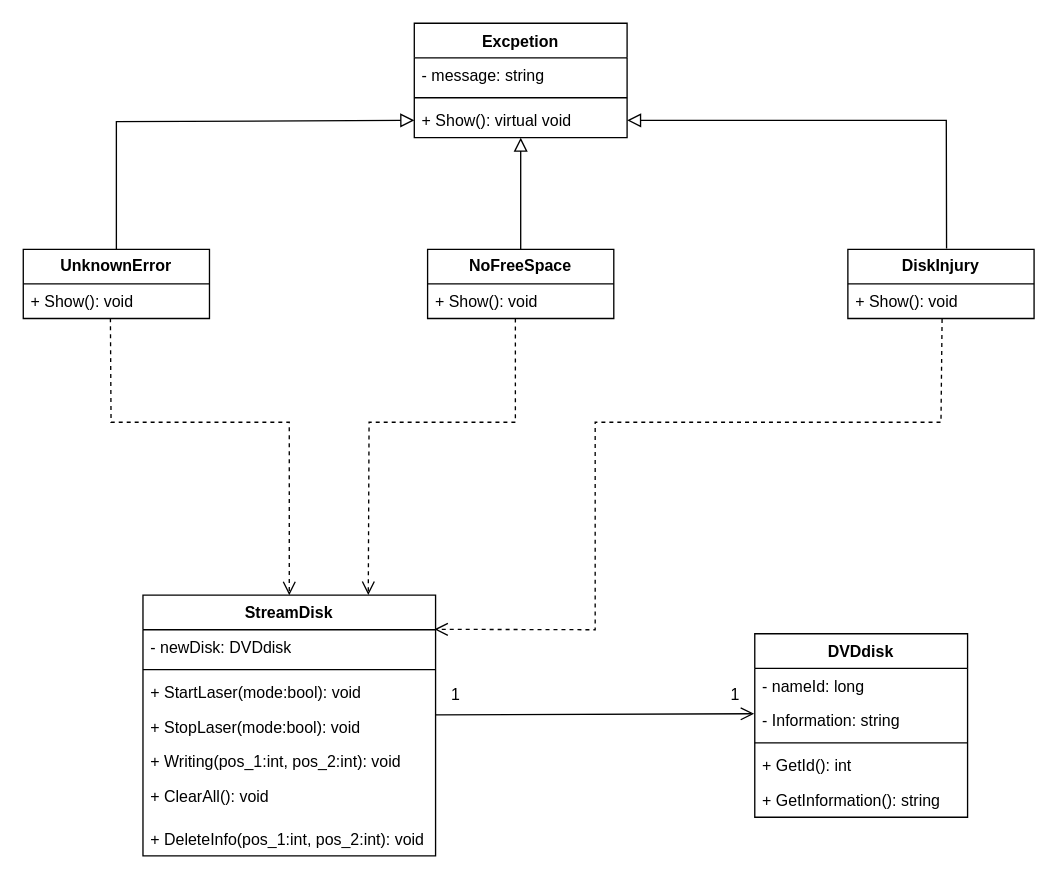
Above: Diagram class 1.drawio in VyugaSW/Diagrams_1 (draw.io), before the change. Source tidied: cells renumbered, new cells numbered last; positions are measured from the earlier drawing's top-left corner, leaving out a move shared by most shapes. Both pictures are drawn from the tidied source at 133%, with x=0, y=0 at pixel (23, 23).
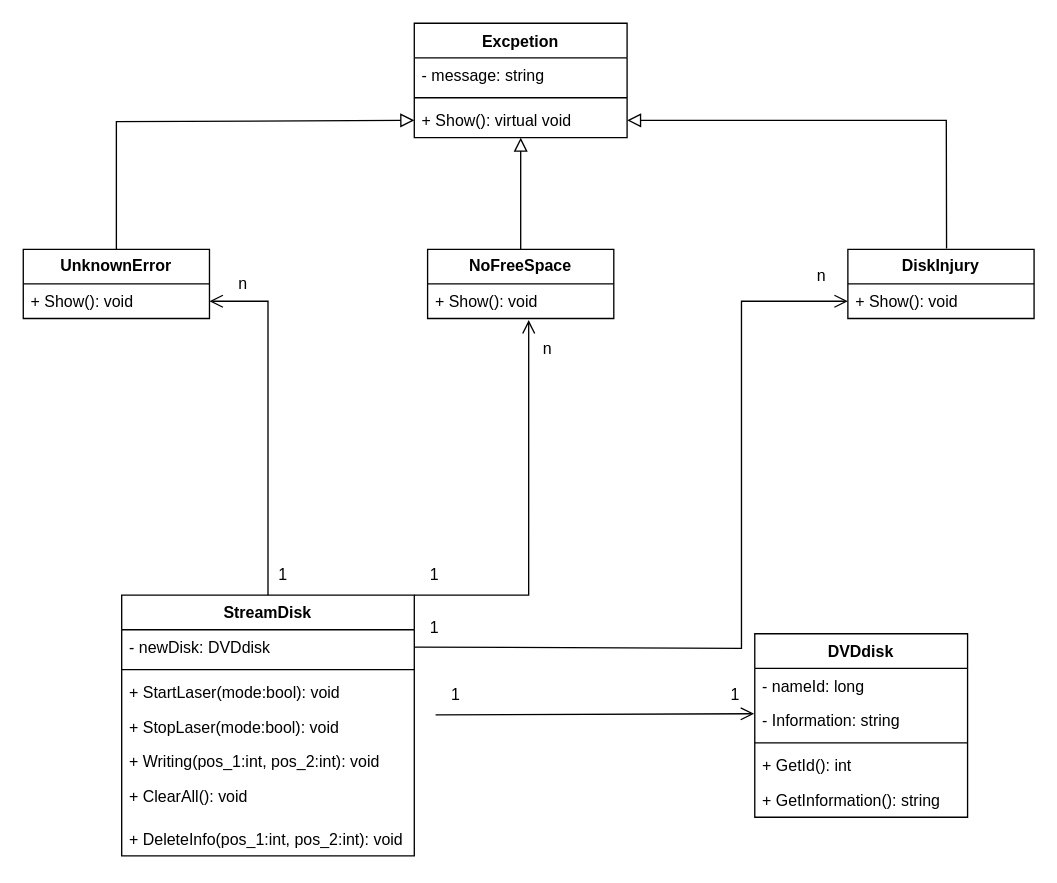
After the change.

The change refers to these unchanged cells:
```xml
<mxCell id="9" value="- newDisk: DVDdisk" style="text;strokeColor=none;fillColor=none;align=left;verticalAlign=top;spacingLeft=4;spacingRight=4;overflow=hidden;points=[[0,0.5],[1,0.5]];portConstraint=eastwest;whiteSpace=wrap;html=1;" parent="8" vertex="1">
  <mxGeometry y="26" width="220" height="26" as="geometry" />
</mxCell>
<mxCell id="21" value="+ Show(): void" style="text;strokeColor=none;fillColor=none;align=left;verticalAlign=top;spacingLeft=4;spacingRight=4;overflow=hidden;points=[[0,0.5],[1,0.5]];portConstraint=eastwest;whiteSpace=wrap;html=1;" parent="20" vertex="1">
  <mxGeometry y="26" width="140" height="26" as="geometry" />
</mxCell>
<mxCell id="23" value="+ Show(): void" style="text;strokeColor=none;fillColor=none;align=left;verticalAlign=top;spacingLeft=4;spacingRight=4;overflow=hidden;points=[[0,0.5],[1,0.5]];portConstraint=eastwest;whiteSpace=wrap;html=1;" parent="22" vertex="1">
  <mxGeometry y="26" width="140" height="26" as="geometry" />
</mxCell>
<mxCell id="25" value="+ Show(): void" style="text;strokeColor=none;fillColor=none;align=left;verticalAlign=top;spacingLeft=4;spacingRight=4;overflow=hidden;points=[[0,0.5],[1,0.5]];portConstraint=eastwest;whiteSpace=wrap;html=1;" parent="24" vertex="1">
  <mxGeometry y="26" width="140" height="26" as="geometry" />
</mxCell>
```

What changed in the source:
```diff
@@
     <mxCell id="8" value="StreamDisk" style="swimlane;fontStyle=1;align=center;verticalAlign=top;horizontal=1;startSize=26;whiteSpace=wrap;html=1;" parent="1" vertex="1">
-      <mxGeometry x="90" y="430" width="220" height="196" as="geometry" />
+      <mxGeometry x="74" y="430" width="220" height="196" as="geometry" />
     </mxCell>
@@
-    <mxCell id="35" style="endArrow=open;startArrow=none;endFill=0;startFill=0;endSize=8;html=1;verticalAlign=bottom;dashed=1;labelBackgroundColor=none;rounded=0;exitX=0.468;exitY=0.991;exitDx=0;exitDy=0;exitPerimeter=0;entryX=0.5;entryY=0;entryDx=0;entryDy=0;" parent="1" edge="1" source="21" target="8">
-      <mxGeometry relative="1" as="geometry">
-        <Array as="points">
-          <mxPoint x="66" y="300" />
-          <mxPoint x="200" y="300" />
-        </Array>
-      </mxGeometry>
-    </mxCell>
-    <mxCell id="36" style="endArrow=open;startArrow=none;endFill=0;startFill=0;endSize=8;html=1;verticalAlign=bottom;dashed=1;labelBackgroundColor=none;rounded=0;entryX=0.77;entryY=-0.001;entryDx=0;entryDy=0;entryPerimeter=0;" parent="1" edge="1" target="8">
-      <mxGeometry relative="1" as="geometry">
-        <mxPoint x="370" y="222" as="sourcePoint" />
-        <Array as="points">
-          <mxPoint x="370" y="300" />
-          <mxPoint x="260" y="300" />
-        </Array>
-      </mxGeometry>
-    </mxCell>
-    <mxCell id="37" style="endArrow=open;startArrow=none;endFill=0;startFill=0;endSize=8;html=1;verticalAlign=bottom;dashed=1;labelBackgroundColor=none;rounded=0;entryX=0.996;entryY=-0.013;entryDx=0;entryDy=0;entryPerimeter=0;exitX=0.506;exitY=1.013;exitDx=0;exitDy=0;exitPerimeter=0;" parent="1" edge="1" source="23" target="9">
-      <mxGeometry relative="1" as="geometry">
-        <Array as="points">
-          <mxPoint x="690" y="300" />
-          <mxPoint x="430" y="300" />
-          <mxPoint x="430" y="456" />
-        </Array>
-      </mxGeometry>
-    </mxCell>
+    <mxCell id="38" style="endArrow=open;startArrow=none;endFill=0;startFill=0;endSize=8;html=1;verticalAlign=bottom;labelBackgroundColor=none;strokeWidth=1;rounded=0;entryX=1;entryY=0.5;entryDx=0;entryDy=0;exitX=0.5;exitY=0;exitDx=0;exitDy=0;" parent="1" edge="1" source="8" target="21">
+      <mxGeometry relative="1" as="geometry">
+        <Array as="points">
+          <mxPoint x="184" y="209" />
+        </Array>
+      </mxGeometry>
+    </mxCell>
+    <mxCell id="39" style="endArrow=open;startArrow=none;endFill=0;startFill=0;endSize=8;html=1;verticalAlign=bottom;labelBackgroundColor=none;strokeWidth=1;rounded=0;entryX=0.543;entryY=1.045;entryDx=0;entryDy=0;exitX=1;exitY=0;exitDx=0;exitDy=0;entryPerimeter=0;" parent="1" edge="1" source="8" target="25">
+      <mxGeometry relative="1" as="geometry">
+        <Array as="points">
+          <mxPoint x="380" y="430" />
+        </Array>
+      </mxGeometry>
+    </mxCell>
+    <mxCell id="40" style="endArrow=open;startArrow=none;endFill=0;startFill=0;endSize=8;html=1;verticalAlign=bottom;labelBackgroundColor=none;strokeWidth=1;rounded=0;entryX=0;entryY=0.5;entryDx=0;entryDy=0;exitX=1;exitY=0.5;exitDx=0;exitDy=0;" parent="1" edge="1" source="9" target="23">
+      <mxGeometry relative="1" as="geometry">
+        <Array as="points">
+          <mxPoint x="540" y="470" />
+          <mxPoint x="540" y="440" />
+          <mxPoint x="540" y="209" />
+        </Array>
+      </mxGeometry>
+    </mxCell>
+    <mxCell id="41" value="n" style="text;html=1;align=center;verticalAlign=middle;strokeColor=none;fillColor=none;" parent="1" vertex="1">
+      <mxGeometry x="585" y="175" width="30" height="30" as="geometry" />
+    </mxCell>
+    <mxCell id="42" value="1" style="text;html=1;align=center;verticalAlign=middle;strokeColor=none;fillColor=none;" parent="1" vertex="1">
+      <mxGeometry x="294" y="440" width="30" height="30" as="geometry" />
+    </mxCell>
+    <mxCell id="43" value="1" style="text;html=1;align=center;verticalAlign=middle;strokeColor=none;fillColor=none;" parent="1" vertex="1">
+      <mxGeometry x="180" y="400" width="30" height="30" as="geometry" />
+    </mxCell>
+    <mxCell id="44" value="1" style="text;html=1;align=center;verticalAlign=middle;strokeColor=none;fillColor=none;" parent="1" vertex="1">
+      <mxGeometry x="294" y="400" width="30" height="30" as="geometry" />
+    </mxCell>
+    <mxCell id="45" value="n" style="text;html=1;align=center;verticalAlign=middle;strokeColor=none;fillColor=none;" parent="1" vertex="1">
+      <mxGeometry x="379" y="230" width="30" height="30" as="geometry" />
+    </mxCell>
+    <mxCell id="46" value="n" style="text;html=1;align=center;verticalAlign=middle;strokeColor=none;fillColor=none;" parent="1" vertex="1">
+      <mxGeometry x="150" y="181" width="30" height="30" as="geometry" />
+    </mxCell>
```
